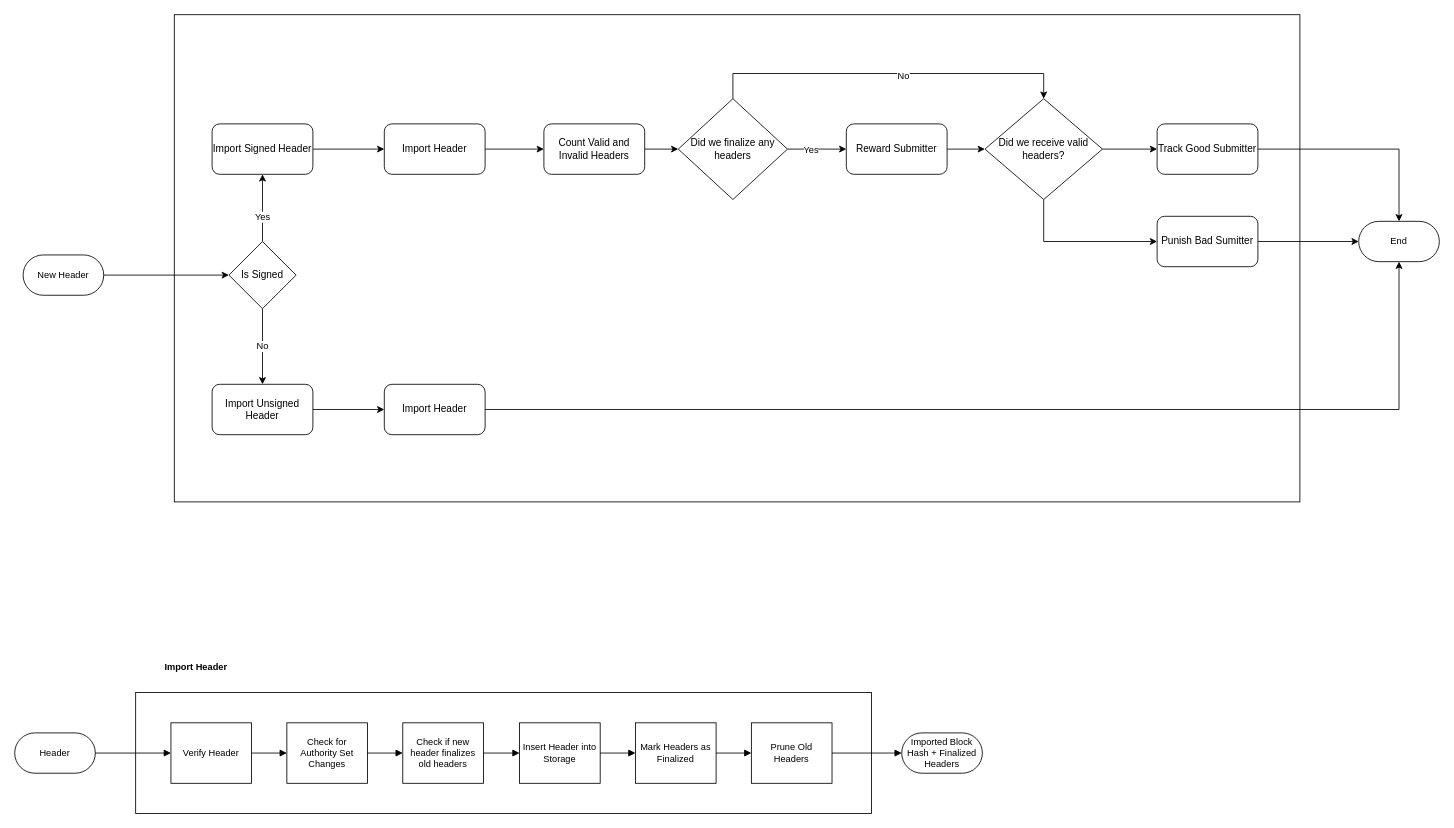
paritytech/parity-bridges-common keeps this draw.io diagram as page "ethereum-pallet" (3 of 6) of diagrams/bridge-architecture-diagrams.drawio. Above is the earlier version. Source tidied: cells renumbered, new cells numbered last; positions are measured from the earlier drawing's top-left corner, leaving out a move shared by most shapes. Both pictures are drawn from the tidied source at 84%, with x=0, y=0 at pixel (14, 14).
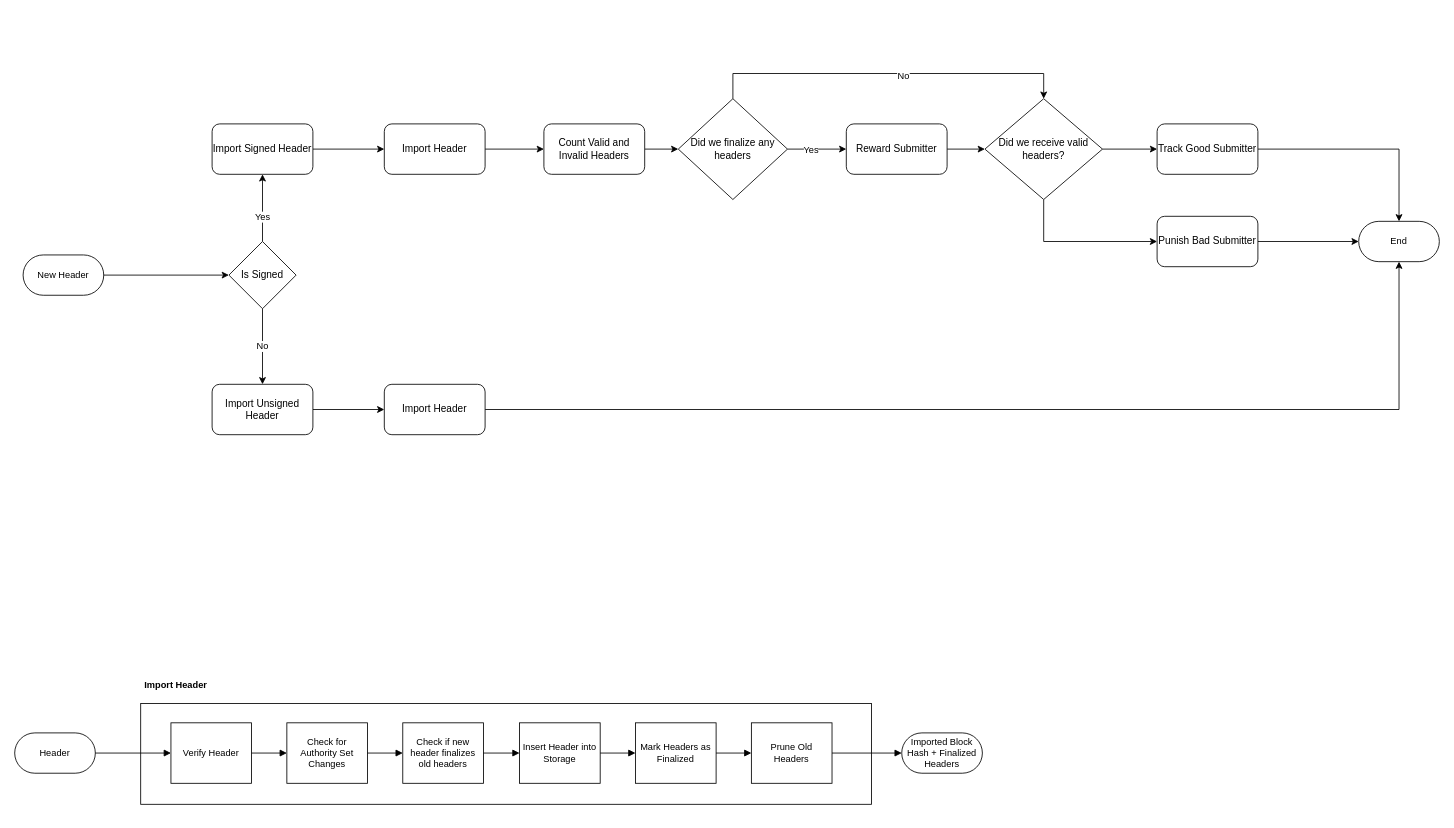
After the change.

Diff of the diagram source:
```diff
@@
-    <mxCell id="2" style="rounded=0;whiteSpace=wrap;html=1;fillColor=none;" parent="1" vertex="1">
-      <mxGeometry x="190" width="1340" height="580" as="geometry" />
-    </mxCell>
+    <mxCell id="51" style="rounded=0;whiteSpace=wrap;html=1;fillColor=none;" parent="1" vertex="1">
+      <mxGeometry x="150" y="820" width="870" height="120" as="geometry" />
+    </mxCell>
@@
-    <mxCell id="31" value="Punish Bad Sumitter" style="rounded=1;whiteSpace=wrap;html=1;" parent="1" vertex="1">
+    <mxCell id="31" value="Punish Bad Submitter" style="rounded=1;whiteSpace=wrap;html=1;" parent="1" vertex="1">
       <mxGeometry x="1360" y="240" width="120" height="60" as="geometry" />
     </mxCell>
@@
-    <mxCell id="37" style="html=1;whiteSpace=wrap;fontSize=11;spacing=0;strokeOpacity=100;fillOpacity=0;fillColor=#000000;" parent="1" vertex="1">
-      <mxGeometry x="144" y="807" width="876" height="144" as="geometry" />
-    </mxCell>
@@
     <mxCell id="40" value="Import Header" style="html=1;whiteSpace=wrap;fontSize=11;fontColor=#000000;fontStyle=1;spacing=3;strokeOpacity=0;fillOpacity=0;fillColor=#ffffff;" parent="1" vertex="1">
-      <mxGeometry x="144" y="759" width="144" height="36" as="geometry" />
+      <mxGeometry x="120" y="780" width="144" height="36" as="geometry" />
     </mxCell>
```
